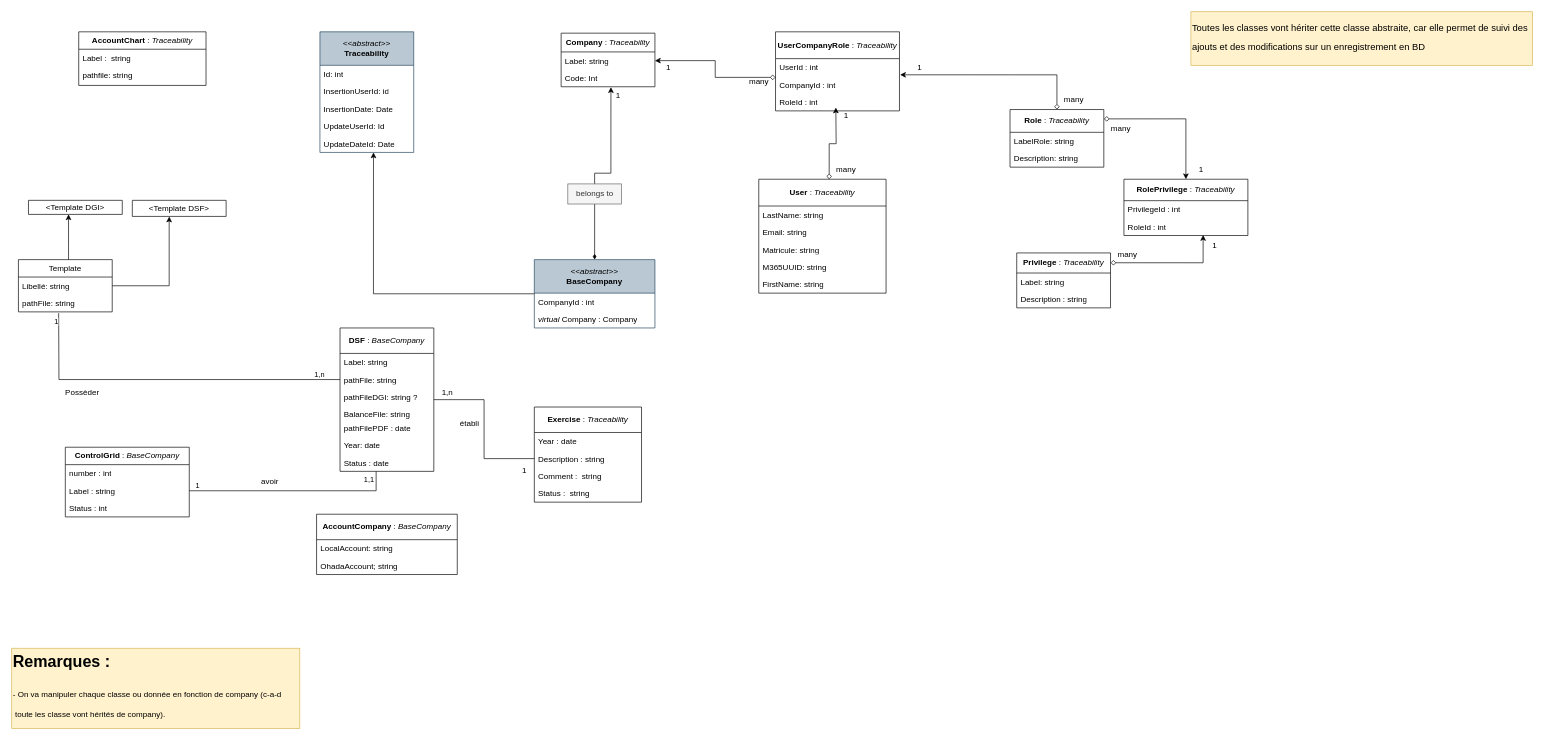
Michelle-Ngami/Conception_DSF keeps this draw.io diagram as page "Diagramme_classe" (1 of 5) of Conception_DSF.drawio. Above is the earlier version. Source tidied: cells renumbered, new cells numbered last; positions are measured from the earlier drawing's top-left corner, leaving out a move shared by most shapes. Both pictures are drawn from the tidied source at 67%, with x=0, y=0 at pixel (11, 11).
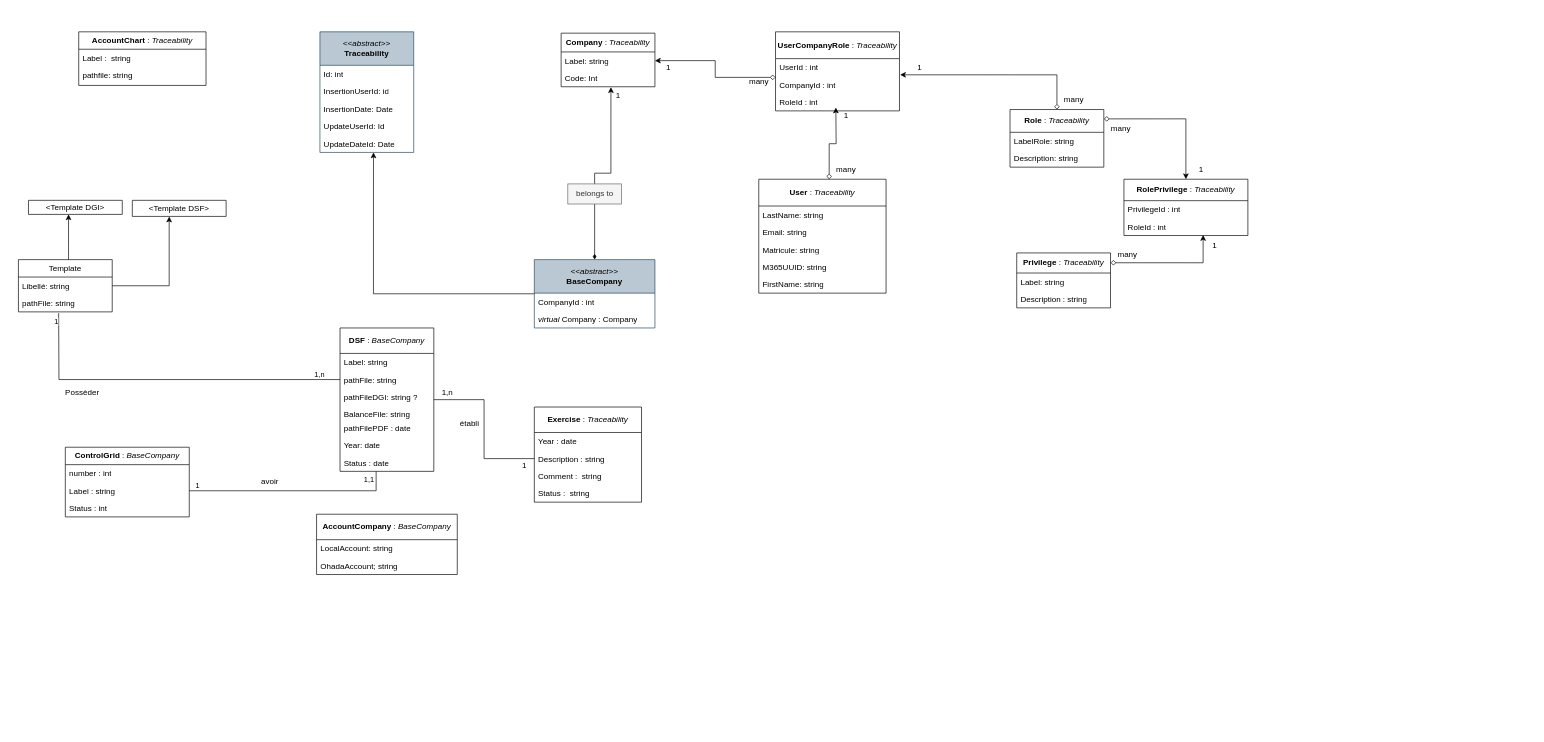
Above is the later version.

Diff of the diagram source:
```diff
@@
-    <mxCell id="49" value="&lt;h1 style=&quot;margin-top: 0px;&quot;&gt;Remarques :&lt;/h1&gt;&lt;h1 style=&quot;margin-top: 0px;&quot;&gt;&lt;span style=&quot;background-color: transparent; color: light-dark(rgb(0, 0, 0), rgb(255, 255, 255)); font-size: 12px; font-weight: normal;&quot;&gt;- On va manipuler chaque classe ou donnée en fonction de company (c-a-d&amp;nbsp; &amp;nbsp;toute les classe vont hérités de company).&amp;nbsp;&amp;nbsp;&lt;/span&gt;&lt;/h1&gt;" style="text;html=1;whiteSpace=wrap;overflow=hidden;rounded=0;fillColor=#fff2cc;strokeColor=#d6b656;" parent="1" vertex="1">
-      <mxGeometry y="950" width="430" height="120" as="geometry" />
-    </mxCell>
@@
-    <mxCell id="58" value="&lt;h1 style=&quot;margin-top: 0px;&quot;&gt;&lt;span style=&quot;font-weight: normal;&quot;&gt;&lt;font style=&quot;font-size: 14px;&quot;&gt;Toutes les classes vont hériter cette classe abstraite, car elle permet de suivi des ajouts et des modifications sur un enregistrement en BD&lt;/font&gt;&lt;/span&gt;&lt;/h1&gt;" style="text;html=1;whiteSpace=wrap;overflow=hidden;rounded=0;fillColor=#fff2cc;strokeColor=#d6b656;" parent="1" vertex="1">
-      <mxGeometry x="1760" width="510" height="80" as="geometry" />
-    </mxCell>
@@
     <mxCell id="93" value="1" style="text;html=1;align=center;verticalAlign=middle;strokeColor=none;fillColor=none;" parent="1" vertex="1">
-      <mxGeometry x="750" y="670" width="30" height="30" as="geometry" />
+      <mxGeometry x="750" y="662" width="30" height="30" as="geometry" />
     </mxCell>
```
